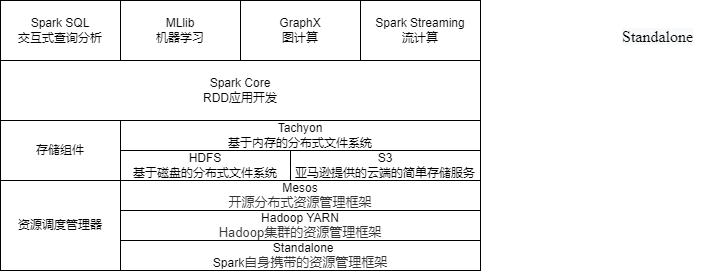
Before: Untitled Diagram.drawio.png, a diagram exported from draw.io (Angle-or-Devil/project). Source tidied: cells renumbered, new cells last; positions are measured from the earlier drawing's top-left corner, leaving out a move shared by most shapes.
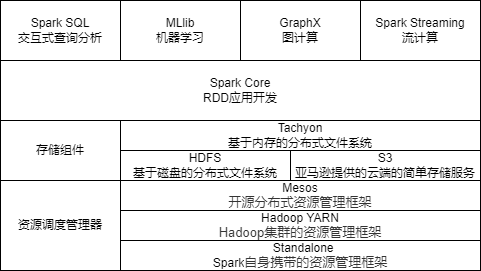
After the change.

Change to the diagram source:
```diff
@@ -41,8 +41,5 @@
     <mxCell id="14" value="&lt;div style=&quot;text-align: start;&quot;&gt;&amp;nbsp; &amp;nbsp; &amp;nbsp; &amp;nbsp; &amp;nbsp; &amp;nbsp; &amp;nbsp; &amp;nbsp; &amp;nbsp; Standalone&lt;/div&gt;&lt;div style=&quot;text-align: start;&quot;&gt;Spark&lt;span style=&quot;background-color: rgb(255, 255, 255); color: rgb(51, 51, 51); font-family: Arial, sans-serif; font-size: 13px;&quot;&gt;自身携带的资源管理框架&lt;/span&gt;&lt;br&gt;&lt;/div&gt;" style="rounded=0;whiteSpace=wrap;html=1;" parent="1" vertex="1">
       <mxGeometry x="120" y="240" width="360" height="30" as="geometry" />
     </mxCell>
-    <mxCell id="15" value="&lt;span style=&quot;color: rgb(0, 0, 0); font-family: &amp;quot;Times New Roman&amp;quot;, serif; font-size: 16px; font-style: normal; font-variant-ligatures: normal; font-variant-caps: normal; font-weight: 400; letter-spacing: normal; orphans: 2; text-align: center; text-indent: 0px; text-transform: none; widows: 2; word-spacing: 0px; -webkit-text-stroke-width: 0px; background-color: rgb(248, 249, 250); text-decoration-thickness: initial; text-decoration-style: initial; text-decoration-color: initial; float: none; display: inline !important;&quot;&gt;Standalone&lt;/span&gt;" style="text;whiteSpace=wrap;html=1;" parent="1" vertex="1">
-      <mxGeometry x="620" y="20" width="100" height="30" as="geometry" />
-    </mxCell>
   </root>
 </mxGraphModel>
```
